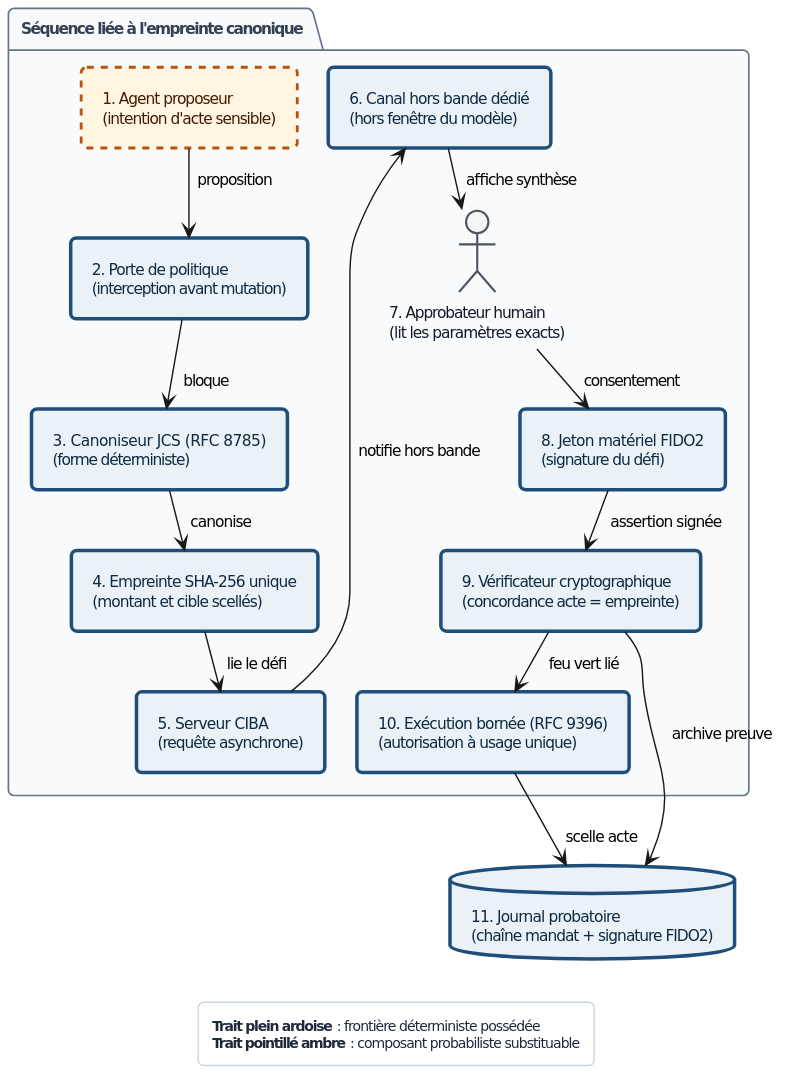
Earlier version of the PlantUML export 7 - Livre 2027/diagrammes/rendus/Fig-14.svg (agbruneau/Agentique).
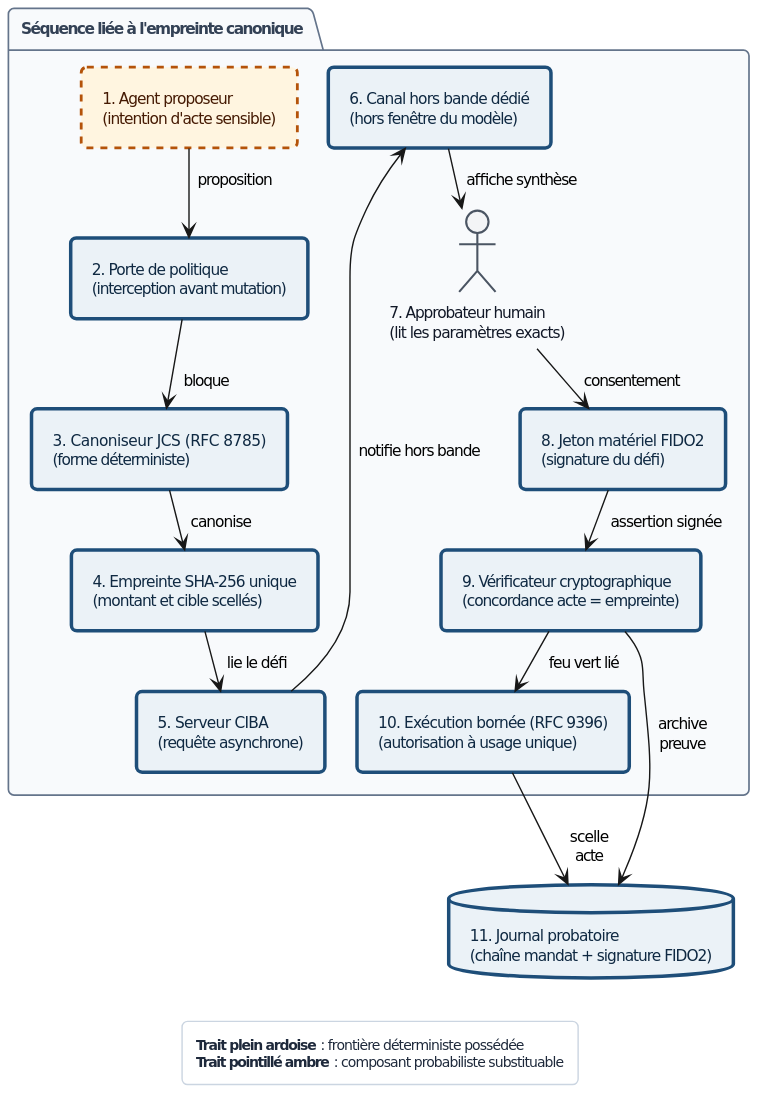
Above is the later version.

Change to the diagram source:
```diff
@@ -71,8 +71,8 @@
 S7 -down-> S8 : consentement
 S8 -down-> S9 : assertion signée
 S9 -down-> S10 : feu vert lié
-S9 --> S11 : archive preuve
-S10 --> S11 : scelle acte
+S9 --> S11 : archive\npreuve
+S10 --> S11 : scelle\nacte
 
 S1 -[hidden]right-> S6
 S2 -[hidden]right-> S7
```
